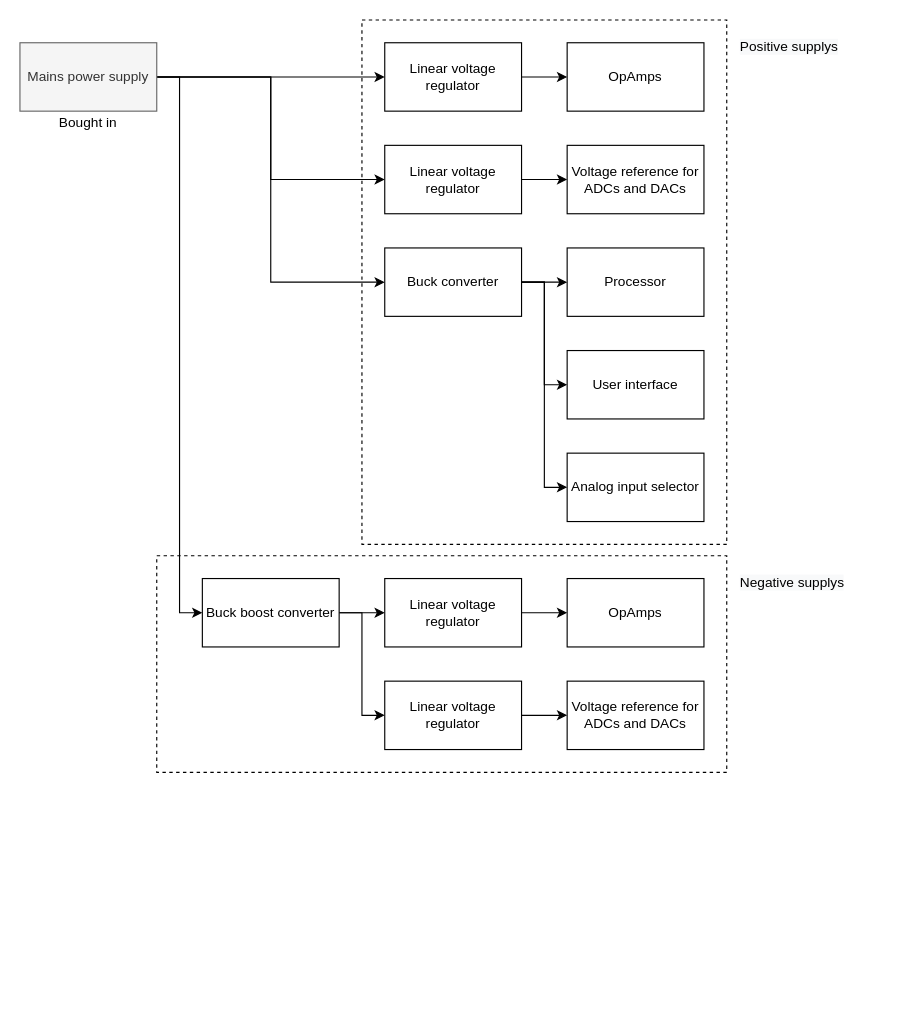
The draw.io diagram Block diagrams/System design/Power supply.drawio in HeinVerhallen/Audio-DSP, before the edit. Source tidied: cells renumbered, new cells numbered last; positions are measured from the earlier drawing's top-left corner, leaving out a move shared by most shapes. Both pictures are drawn from the tidied source at 114%, with x=0, y=0 at pixel (19, 19).
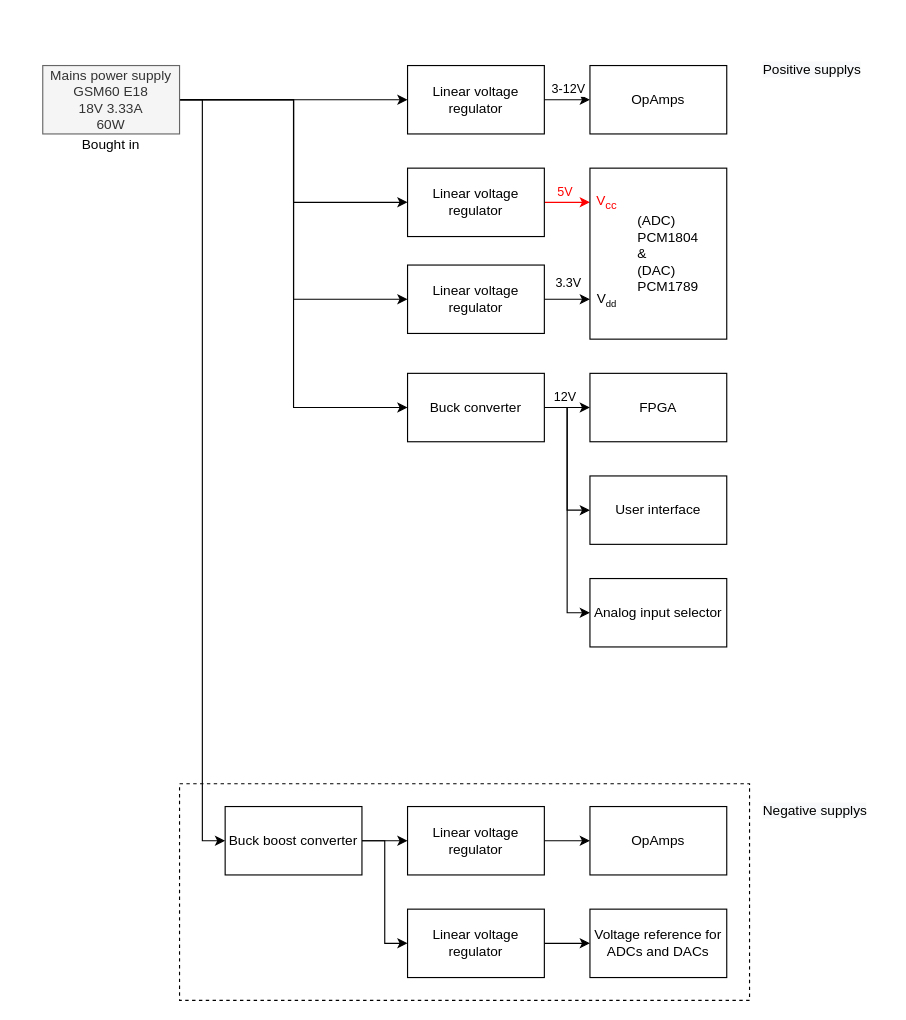
The same diagram, later.

The change refers to these unchanged cells:
```xml
<mxCell id="17" style="edgeStyle=orthogonalEdgeStyle;rounded=0;jettySize=auto;html=1;exitX=1;exitY=0.5;exitDx=0;exitDy=0;entryX=0;entryY=0.5;entryDx=0;entryDy=0;" parent="1" edge="1" source="18" target="21">
  <mxGeometry relative="1" as="geometry" />
</mxCell>
```

What changed in the source:
```diff
@@
-    <mxCell id="2" style="rounded=0;whiteSpace=wrap;html=1;dashed=1;" parent="1" vertex="1">
-      <mxGeometry x="120" y="470" width="500" height="190" as="geometry" />
-    </mxCell>
-    <mxCell id="3" style="rounded=0;whiteSpace=wrap;html=1;dashed=1;" parent="1" vertex="1">
-      <mxGeometry x="300" width="320" height="460" as="geometry" />
-    </mxCell>
-    <mxCell id="4" style="edgeStyle=orthogonalEdgeStyle;rounded=0;jettySize=auto;html=1;" parent="1" edge="1" source="8" target="10">
-      <mxGeometry relative="1" as="geometry" />
-    </mxCell>
-    <mxCell id="5" style="edgeStyle=orthogonalEdgeStyle;rounded=0;jettySize=auto;html=1;exitX=1;exitY=0.5;exitDx=0;exitDy=0;entryX=0;entryY=0.5;entryDx=0;entryDy=0;" parent="1" edge="1" source="8" target="14">
-      <mxGeometry relative="1" as="geometry" />
-    </mxCell>
-    <mxCell id="6" style="edgeStyle=orthogonalEdgeStyle;rounded=0;jettySize=auto;html=1;exitX=1;exitY=0.5;exitDx=0;exitDy=0;entryX=0;entryY=0.5;entryDx=0;entryDy=0;" parent="1" edge="1" source="8" target="18">
-      <mxGeometry relative="1" as="geometry" />
-    </mxCell>
-    <mxCell id="7" style="edgeStyle=orthogonalEdgeStyle;rounded=0;jettySize=auto;html=1;exitX=1;exitY=0.5;exitDx=0;exitDy=0;entryX=0;entryY=0.5;entryDx=0;entryDy=0;" parent="1" edge="1" source="8" target="24">
-      <mxGeometry relative="1" as="geometry" />
-    </mxCell>
-    <mxCell id="8" value="Mains power supply" style="rounded=0;whiteSpace=wrap;html=1;fillColor=#f5f5f5;strokeColor=#666666;fontColor=#333333;" parent="1" vertex="1">
-      <mxGeometry y="20" width="120" height="60" as="geometry" />
-    </mxCell>
-    <mxCell id="9" style="edgeStyle=orthogonalEdgeStyle;rounded=0;jettySize=auto;html=1;" parent="1" edge="1" source="10" target="11">
-      <mxGeometry relative="1" as="geometry" />
-    </mxCell>
-    <mxCell id="10" value="Linear voltage regulator" style="rounded=0;whiteSpace=wrap;html=1;" parent="1" vertex="1">
-      <mxGeometry x="320" y="20" width="120" height="60" as="geometry" />
-    </mxCell>
-    <mxCell id="11" value="OpAmps" style="rounded=0;whiteSpace=wrap;html=1;" parent="1" vertex="1">
-      <mxGeometry x="480" y="20" width="120" height="60" as="geometry" />
-    </mxCell>
-    <mxCell id="12" value="Voltage reference for ADCs and DACs" style="rounded=0;whiteSpace=wrap;html=1;" parent="1" vertex="1">
-      <mxGeometry x="480" y="110" width="120" height="60" as="geometry" />
-    </mxCell>
-    <mxCell id="13" style="edgeStyle=orthogonalEdgeStyle;rounded=0;jettySize=auto;html=1;" parent="1" edge="1" source="14" target="12">
-      <mxGeometry relative="1" as="geometry" />
-    </mxCell>
-    <mxCell id="14" value="Linear voltage regulator" style="rounded=0;whiteSpace=wrap;html=1;" parent="1" vertex="1">
-      <mxGeometry x="320" y="110" width="120" height="60" as="geometry" />
-    </mxCell>
-    <mxCell id="15" style="edgeStyle=orthogonalEdgeStyle;rounded=0;jettySize=auto;html=1;" parent="1" edge="1" source="18" target="19">
-      <mxGeometry relative="1" as="geometry" />
-    </mxCell>
+    <mxCell id="34" style="rounded=0;whiteSpace=wrap;html=1;dashed=1;" parent="1" vertex="1">
+      <mxGeometry x="140" y="670" width="500" height="190" as="geometry" />
+    </mxCell>
+    <mxCell id="35" style="edgeStyle=orthogonalEdgeStyle;rounded=0;jettySize=auto;html=1;" parent="1" edge="1" source="40" target="43">
+      <mxGeometry relative="1" as="geometry" />
+    </mxCell>
+    <mxCell id="36" style="edgeStyle=orthogonalEdgeStyle;rounded=0;jettySize=auto;html=1;exitX=1;exitY=0.5;exitDx=0;exitDy=0;entryX=0;entryY=0.5;entryDx=0;entryDy=0;" parent="1" edge="1" source="40" target="47">
+      <mxGeometry relative="1" as="geometry" />
+    </mxCell>
+    <mxCell id="37" style="edgeStyle=orthogonalEdgeStyle;rounded=0;jettySize=auto;html=1;exitX=1;exitY=0.5;exitDx=0;exitDy=0;entryX=0;entryY=0.5;entryDx=0;entryDy=0;" parent="1" edge="1" source="40" target="18">
+      <mxGeometry relative="1" as="geometry" />
+    </mxCell>
+    <mxCell id="38" style="edgeStyle=orthogonalEdgeStyle;rounded=0;jettySize=auto;html=1;exitX=1;exitY=0.5;exitDx=0;exitDy=0;entryX=0;entryY=0.5;entryDx=0;entryDy=0;" parent="1" edge="1" source="40" target="24">
+      <mxGeometry relative="1" as="geometry" />
+    </mxCell>
+    <mxCell id="39" style="edgeStyle=orthogonalEdgeStyle;rounded=0;jettySize=auto;html=1;entryX=0;entryY=0.5;entryDx=0;entryDy=0;strokeColor=#000000;fontColor=#FF0000;" parent="1" edge="1" source="40" target="64">
+      <mxGeometry relative="1" as="geometry" />
+    </mxCell>
+    <mxCell id="40" value="Mains power supply&lt;br&gt;GSM60 E18&lt;br&gt;18V 3.33A&lt;br&gt;60W" style="rounded=0;whiteSpace=wrap;html=1;fillColor=#f5f5f5;strokeColor=#666666;fontColor=#333333;" parent="1" vertex="1">
+      <mxGeometry x="20" y="40" width="120" height="60" as="geometry" />
+    </mxCell>
+    <mxCell id="41" style="edgeStyle=orthogonalEdgeStyle;rounded=0;jettySize=auto;html=1;" parent="1" edge="1" source="43" target="44">
+      <mxGeometry relative="1" as="geometry" />
+    </mxCell>
+    <mxCell id="42" value="3-12V" style="edgeLabel;html=1;align=center;verticalAlign=middle;fontColor=#000000;" parent="41" vertex="1">
+      <mxGeometry x="-0.39" y="1" relative="1" as="geometry">
+        <mxPoint x="8" y="-9" as="offset" />
+      </mxGeometry>
+    </mxCell>
+    <mxCell id="43" value="Linear voltage regulator" style="rounded=0;whiteSpace=wrap;html=1;" parent="1" vertex="1">
+      <mxGeometry x="340" y="40" width="120" height="60" as="geometry" />
+    </mxCell>
+    <mxCell id="44" value="OpAmps" style="rounded=0;whiteSpace=wrap;html=1;" parent="1" vertex="1">
+      <mxGeometry x="500" y="40" width="120" height="60" as="geometry" />
+    </mxCell>
+    <mxCell id="45" style="edgeStyle=orthogonalEdgeStyle;rounded=0;jettySize=auto;html=1;entryX=0;entryY=0.5;entryDx=0;entryDy=0;fillColor=#f8cecc;strokeColor=#FF0000;fontColor=#FF0000;" parent="1" edge="1" source="47" target="60">
+      <mxGeometry relative="1" as="geometry" />
+    </mxCell>
+    <mxCell id="46" value="5V" style="edgeLabel;html=1;align=center;verticalAlign=middle;fontColor=#FF0000;" parent="45" vertex="1">
+      <mxGeometry x="-0.13" relative="1" as="geometry">
+        <mxPoint y="-10" as="offset" />
+      </mxGeometry>
+    </mxCell>
+    <mxCell id="47" value="Linear voltage regulator" style="rounded=0;whiteSpace=wrap;html=1;" parent="1" vertex="1">
+      <mxGeometry x="340" y="130" width="120" height="60" as="geometry" />
+    </mxCell>
+    <mxCell id="48" style="edgeStyle=orthogonalEdgeStyle;rounded=0;jettySize=auto;html=1;" parent="1" edge="1" source="18" target="50">
+      <mxGeometry relative="1" as="geometry" />
+    </mxCell>
@@
+    <mxCell id="49" value="12V" style="edgeLabel;html=1;align=center;verticalAlign=middle;fontColor=#000000;" parent="17" vertex="1">
+      <mxGeometry x="-0.85" relative="1" as="geometry">
+        <mxPoint y="-10" as="offset" />
+      </mxGeometry>
+    </mxCell>
     <mxCell id="18" value="Buck converter" style="rounded=0;whiteSpace=wrap;html=1;" parent="1" vertex="1">
-      <mxGeometry x="320" y="200" width="120" height="60" as="geometry" />
+      <mxGeometry x="340" y="310" width="120" height="60" as="geometry" />
     </mxCell>
-    <mxCell id="19" value="Processor" style="rounded=0;whiteSpace=wrap;html=1;" parent="1" vertex="1">
-      <mxGeometry x="480" y="200" width="120" height="60" as="geometry" />
-    </mxCell>
+    <mxCell id="50" value="FPGA" style="rounded=0;whiteSpace=wrap;html=1;" parent="1" vertex="1">
+      <mxGeometry x="500" y="310" width="120" height="60" as="geometry" />
+    </mxCell>
     <mxCell id="20" value="User interface" style="rounded=0;whiteSpace=wrap;html=1;" parent="1" vertex="1">
-      <mxGeometry x="480" y="290" width="120" height="60" as="geometry" />
+      <mxGeometry x="500" y="400" width="120" height="60" as="geometry" />
     </mxCell>
     <mxCell id="21" value="Analog input selector" style="rounded=0;whiteSpace=wrap;html=1;" parent="1" vertex="1">
-      <mxGeometry x="480" y="380" width="120" height="60" as="geometry" />
+      <mxGeometry x="500" y="490" width="120" height="60" as="geometry" />
     </mxCell>
-    <mxCell id="22" style="edgeStyle=orthogonalEdgeStyle;rounded=0;jettySize=auto;html=1;" parent="1" edge="1" source="24" target="26">
-      <mxGeometry relative="1" as="geometry" />
-    </mxCell>
-    <mxCell id="23" style="edgeStyle=orthogonalEdgeStyle;rounded=0;jettySize=auto;html=1;exitX=1;exitY=0.5;exitDx=0;exitDy=0;entryX=0;entryY=0.5;entryDx=0;entryDy=0;" parent="1" edge="1" source="24" target="30">
-      <mxGeometry relative="1" as="geometry" />
-    </mxCell>
+    <mxCell id="51" style="edgeStyle=orthogonalEdgeStyle;rounded=0;jettySize=auto;html=1;" parent="1" edge="1" source="24" target="54">
+      <mxGeometry relative="1" as="geometry" />
+    </mxCell>
+    <mxCell id="52" style="edgeStyle=orthogonalEdgeStyle;rounded=0;jettySize=auto;html=1;exitX=1;exitY=0.5;exitDx=0;exitDy=0;entryX=0;entryY=0.5;entryDx=0;entryDy=0;" parent="1" edge="1" source="24" target="58">
+      <mxGeometry relative="1" as="geometry" />
+    </mxCell>
     <mxCell id="24" value="Buck boost converter" style="rounded=0;whiteSpace=wrap;html=1;" parent="1" vertex="1">
-      <mxGeometry x="160" y="490" width="120" height="60" as="geometry" />
+      <mxGeometry x="180" y="690" width="120" height="60" as="geometry" />
     </mxCell>
-    <mxCell id="25" style="edgeStyle=orthogonalEdgeStyle;rounded=0;jettySize=auto;html=1;" parent="1" edge="1" source="26" target="27">
-      <mxGeometry relative="1" as="geometry" />
-    </mxCell>
-    <mxCell id="26" value="Linear voltage regulator" style="rounded=0;whiteSpace=wrap;html=1;" parent="1" vertex="1">
-      <mxGeometry x="320" y="490" width="120" height="60" as="geometry" />
-    </mxCell>
-    <mxCell id="27" value="OpAmps" style="rounded=0;whiteSpace=wrap;html=1;" parent="1" vertex="1">
-      <mxGeometry x="480" y="490" width="120" height="60" as="geometry" />
-    </mxCell>
-    <mxCell id="28" value="Voltage reference for ADCs and DACs" style="rounded=0;whiteSpace=wrap;html=1;" parent="1" vertex="1">
-      <mxGeometry x="480" y="580" width="120" height="60" as="geometry" />
-    </mxCell>
-    <mxCell id="29" style="edgeStyle=orthogonalEdgeStyle;rounded=0;jettySize=auto;html=1;" parent="1" edge="1" source="30" target="28">
-      <mxGeometry relative="1" as="geometry" />
-    </mxCell>
-    <mxCell id="30" value="Linear voltage regulator" style="rounded=0;whiteSpace=wrap;html=1;" parent="1" vertex="1">
-      <mxGeometry x="320" y="580" width="120" height="60" as="geometry" />
-    </mxCell>
+    <mxCell id="53" style="edgeStyle=orthogonalEdgeStyle;rounded=0;jettySize=auto;html=1;" parent="1" edge="1" source="54" target="55">
+      <mxGeometry relative="1" as="geometry" />
+    </mxCell>
+    <mxCell id="54" value="Linear voltage regulator" style="rounded=0;whiteSpace=wrap;html=1;" parent="1" vertex="1">
+      <mxGeometry x="340" y="690" width="120" height="60" as="geometry" />
+    </mxCell>
+    <mxCell id="55" value="OpAmps" style="rounded=0;whiteSpace=wrap;html=1;" parent="1" vertex="1">
+      <mxGeometry x="500" y="690" width="120" height="60" as="geometry" />
+    </mxCell>
+    <mxCell id="56" value="Voltage reference for ADCs and DACs" style="rounded=0;whiteSpace=wrap;html=1;" parent="1" vertex="1">
+      <mxGeometry x="500" y="780" width="120" height="60" as="geometry" />
+    </mxCell>
+    <mxCell id="57" style="edgeStyle=orthogonalEdgeStyle;rounded=0;jettySize=auto;html=1;" parent="1" edge="1" source="58" target="56">
+      <mxGeometry relative="1" as="geometry" />
+    </mxCell>
+    <mxCell id="58" value="Linear voltage regulator" style="rounded=0;whiteSpace=wrap;html=1;" parent="1" vertex="1">
+      <mxGeometry x="340" y="780" width="120" height="60" as="geometry" />
+    </mxCell>
     <mxCell id="31" value="Bought in" style="text;html=1;strokeColor=none;fillColor=none;align=center;verticalAlign=middle;whiteSpace=wrap;rounded=0;" parent="1" vertex="1">
-      <mxGeometry y="80" width="120" height="20" as="geometry" />
+      <mxGeometry x="20" y="100" width="120" height="20" as="geometry" />
     </mxCell>
     <mxCell id="32" value="&lt;span style=&quot;color: rgb(0 , 0 , 0) ; font-family: &amp;#34;helvetica&amp;#34; ; font-size: 12px ; font-style: normal ; font-weight: 400 ; letter-spacing: normal ; text-align: center ; text-indent: 0px ; text-transform: none ; word-spacing: 0px ; background-color: rgb(248 , 249 , 250) ; display: inline ; float: none&quot;&gt;Positive supplys&lt;/span&gt;" style="text;whiteSpace=wrap;html=1;" parent="1" vertex="1">
-      <mxGeometry x="630" y="10" width="110" height="30" as="geometry" />
+      <mxGeometry x="650" y="30" width="110" height="30" as="geometry" />
     </mxCell>
     <mxCell id="33" value="&lt;span style=&quot;color: rgb(0 , 0 , 0) ; font-family: &amp;#34;helvetica&amp;#34; ; font-size: 12px ; font-style: normal ; font-weight: 400 ; letter-spacing: normal ; text-align: center ; text-indent: 0px ; text-transform: none ; word-spacing: 0px ; background-color: rgb(248 , 249 , 250) ; display: inline ; float: none&quot;&gt;Negative supplys&lt;/span&gt;" style="text;whiteSpace=wrap;html=1;" parent="1" vertex="1">
-      <mxGeometry x="630" y="480" width="110" height="30" as="geometry" />
+      <mxGeometry x="650" y="680" width="110" height="30" as="geometry" />
     </mxCell>
+    <mxCell id="59" value="&lt;blockquote style=&quot;margin: 0 0 0 40px; border: none; padding: 0px;&quot;&gt;&lt;p style=&quot;line-height: 120%;&quot;&gt;(ADC) PCM1804 &lt;br&gt;&amp;amp; &lt;br&gt;(DAC) PCM1789&lt;/p&gt;&lt;/blockquote&gt;" style="rounded=0;whiteSpace=wrap;html=1;shadow=0;fillColor=none;align=left;" parent="1" vertex="1">
+      <mxGeometry x="500" y="130" width="120" height="150" as="geometry" />
+    </mxCell>
+    <mxCell id="60" value="V&lt;sub&gt;cc&lt;/sub&gt;" style="rounded=0;whiteSpace=wrap;html=1;shadow=0;dashed=1;fontColor=#FF0000;fillColor=none;strokeColor=none;" parent="1" vertex="1">
+      <mxGeometry x="500" y="137.5" width="30" height="45" as="geometry" />
+    </mxCell>
+    <mxCell id="61" value="V&lt;span style=&quot;font-size: 10px;&quot;&gt;&lt;sub&gt;dd&lt;/sub&gt;&lt;/span&gt;" style="rounded=0;whiteSpace=wrap;html=1;shadow=0;dashed=1;fillColor=none;strokeColor=none;" parent="1" vertex="1">
+      <mxGeometry x="500" y="222.5" width="30" height="45" as="geometry" />
+    </mxCell>
+    <mxCell id="62" style="edgeStyle=orthogonalEdgeStyle;rounded=0;jettySize=auto;html=1;entryX=0;entryY=0.5;entryDx=0;entryDy=0;strokeColor=#000000;fontColor=#FF0000;" parent="1" edge="1" source="64" target="61">
+      <mxGeometry relative="1" as="geometry" />
+    </mxCell>
+    <mxCell id="63" value="3.3V" style="edgeLabel;html=1;align=center;verticalAlign=middle;fontColor=#000000;" parent="62" vertex="1">
+      <mxGeometry x="-0.18" y="-1" relative="1" as="geometry">
+        <mxPoint x="4" y="-16" as="offset" />
+      </mxGeometry>
+    </mxCell>
+    <mxCell id="64" value="Linear voltage regulator" style="rounded=0;whiteSpace=wrap;html=1;" parent="1" vertex="1">
+      <mxGeometry x="340" y="215" width="120" height="60" as="geometry" />
+    </mxCell>
```
